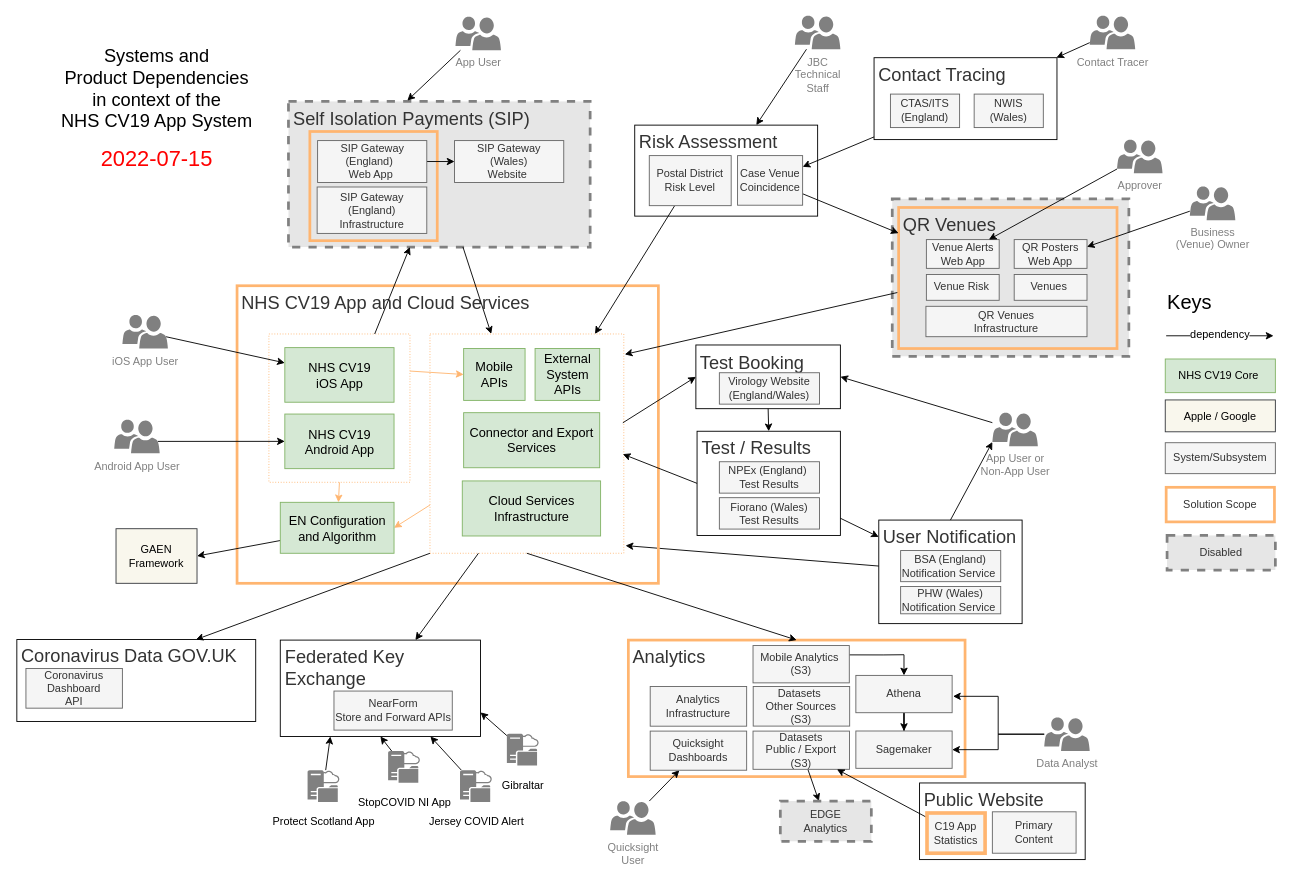
ukhsa-collaboration/covid19-app-system-public keeps this draw.io diagram as page "sys-overview" (2 of 2) of doc/architecture/diagrams/cv19-app-system-architecture.drawio. Above is the earlier version. Source tidied: cells renumbered, new cells numbered last; positions are measured from the earlier drawing's top-left corner, leaving out a move shared by most shapes. Both pictures are drawn from the tidied source at 91%, with x=0, y=0 at pixel (16, 15).
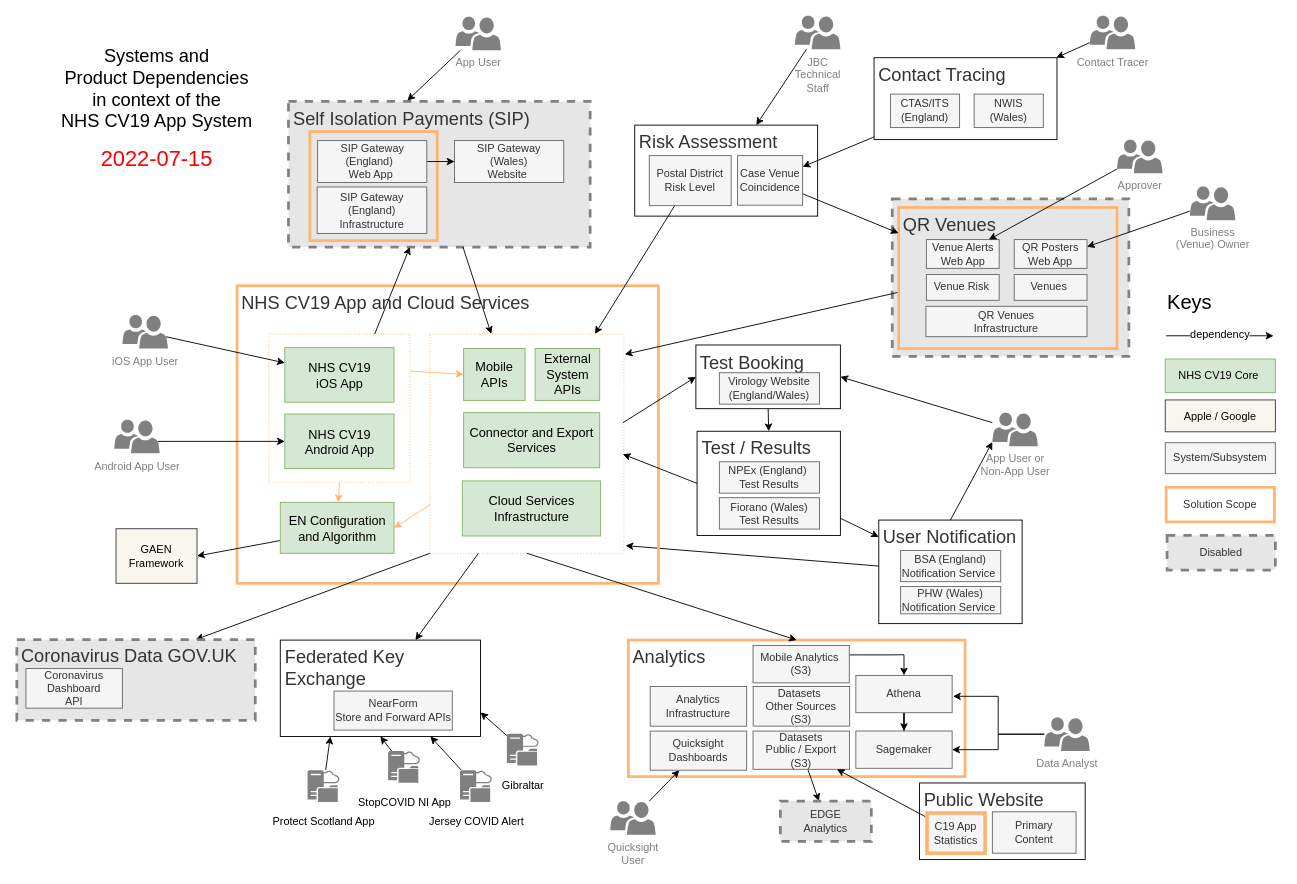
The same diagram, later.

Diff of the diagram source:
```diff
@@
-    <mxCell id="113" value="Coronavirus Data GOV.UK" style="rounded=0;whiteSpace=wrap;html=1;fontColor=#333333;fontSize=20;verticalAlign=top;align=left;fillColor=none;strokeWidth=1;spacingLeft=3;" parent="1" vertex="1">
-      <mxGeometry y="685.3" width="262.5" height="90" as="geometry" />
+    <mxCell id="113" value="Coronavirus Data GOV.UK" style="rounded=0;whiteSpace=wrap;html=1;fontColor=#333333;fontSize=20;verticalAlign=top;align=left;fillColor=#E6E6E6;strokeWidth=3;spacingLeft=3;dashed=1;strokeColor=#808080;" parent="1" vertex="1">
+      <mxGeometry y="685.3" width="262" height="88.7" as="geometry" />
     </mxCell>
```
